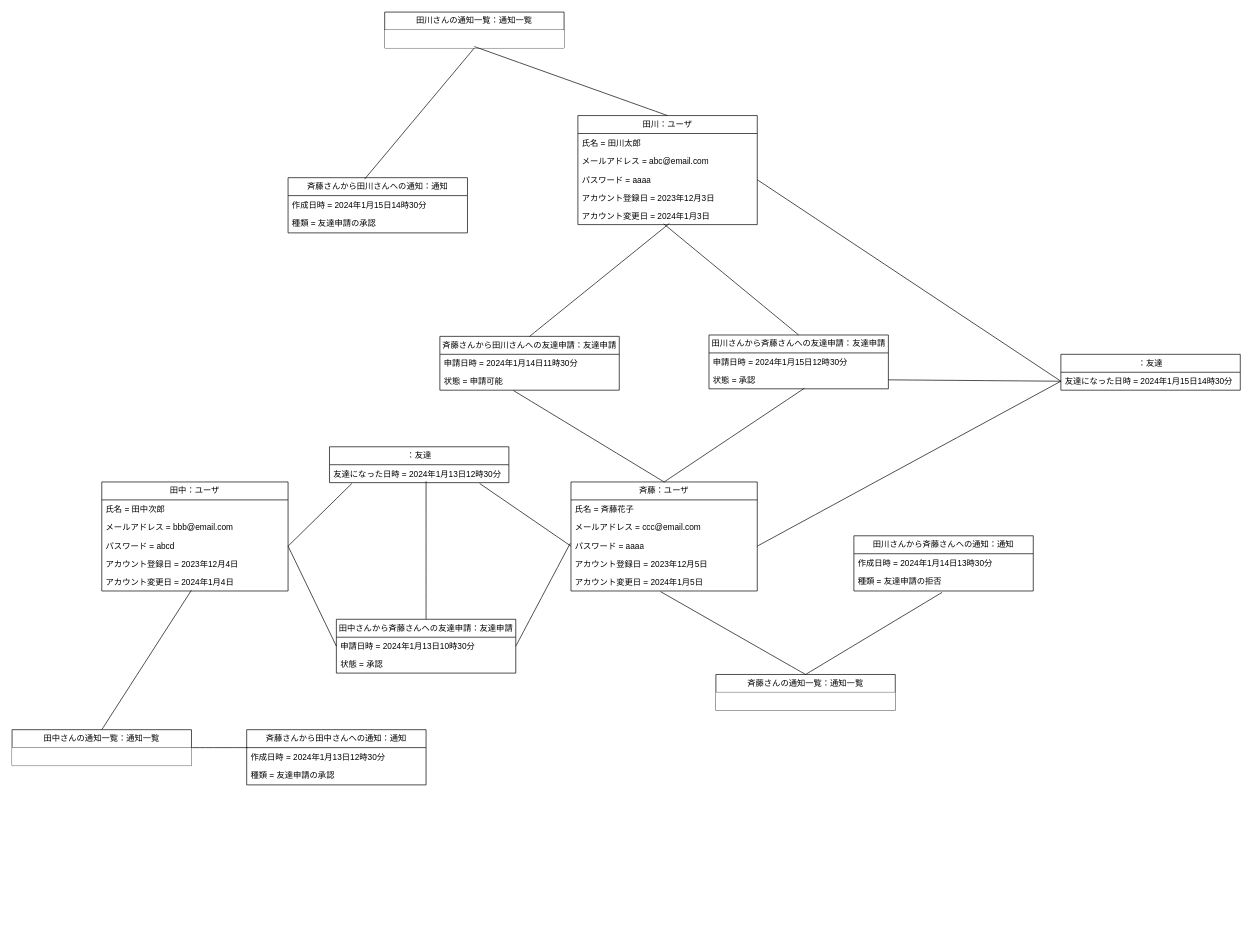
Before: 概念モデル/08_友達申請の承認をする/友達申請の承認をする.drawio in tawainfer/scorpio, a draw.io diagram. Source tidied: cells renumbered, new cells numbered last; positions are measured from the earlier drawing's top-left corner, leaving out a move shared by most shapes. Both pictures are drawn from the tidied source at 69%, with x=0, y=0 at pixel (12, 12).
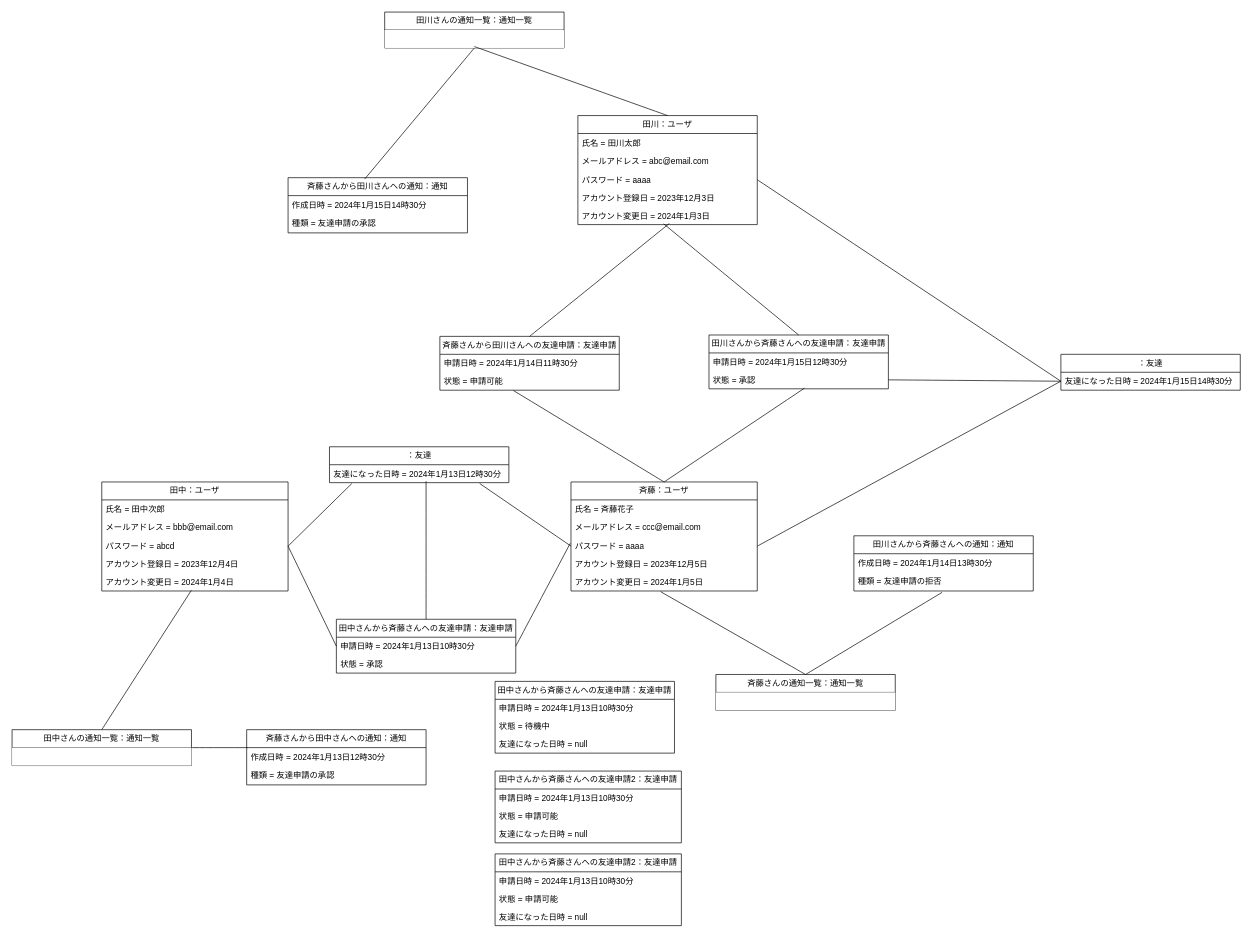
After the change.

The edit, as a diff of the source:
```diff
@@
+    <mxCell id="66" value="田中さんから斉藤さんへの友達申請：友達申請" style="swimlane;fontStyle=0;horizontal=1;startSize=26;fillColor=none;whiteSpace=wrap;html=1;" parent="1" vertex="1">
+      <mxGeometry x="700" y="970" width="260" height="104" as="geometry" />
+    </mxCell>
+    <mxCell id="67" value="申請日時 =&amp;nbsp;2024年1月13日10時30分" style="text;strokeColor=none;fillColor=none;align=left;verticalAlign=top;spacingLeft=4;spacingRight=4;overflow=hidden;whiteSpace=wrap;html=1;" parent="66" vertex="1">
+      <mxGeometry y="26" width="260" height="26" as="geometry" />
+    </mxCell>
+    <mxCell id="68" value="状態 = 待機中" style="text;strokeColor=none;fillColor=none;align=left;verticalAlign=top;spacingLeft=4;spacingRight=4;overflow=hidden;whiteSpace=wrap;html=1;" parent="66" vertex="1">
+      <mxGeometry y="52" width="260" height="26" as="geometry" />
+    </mxCell>
+    <mxCell id="69" value="友達になった日時 = null" style="text;strokeColor=none;fillColor=none;align=left;verticalAlign=top;spacingLeft=4;spacingRight=4;overflow=hidden;whiteSpace=wrap;html=1;" parent="66" vertex="1">
+      <mxGeometry y="78" width="260" height="26" as="geometry" />
+    </mxCell>
+    <mxCell id="70" value="田中さんから斉藤さんへの友達申請2：友達申請" style="swimlane;fontStyle=0;horizontal=1;startSize=26;fillColor=none;whiteSpace=wrap;html=1;" parent="1" vertex="1">
+      <mxGeometry x="700" y="1100" width="270" height="104" as="geometry" />
+    </mxCell>
+    <mxCell id="71" value="申請日時 =&amp;nbsp;2024年1月13日10時30分" style="text;strokeColor=none;fillColor=none;align=left;verticalAlign=top;spacingLeft=4;spacingRight=4;overflow=hidden;whiteSpace=wrap;html=1;" parent="70" vertex="1">
+      <mxGeometry y="26" width="270" height="26" as="geometry" />
+    </mxCell>
+    <mxCell id="72" value="状態 = 申請可能" style="text;strokeColor=none;fillColor=none;align=left;verticalAlign=top;spacingLeft=4;spacingRight=4;overflow=hidden;whiteSpace=wrap;html=1;" parent="70" vertex="1">
+      <mxGeometry y="52" width="270" height="26" as="geometry" />
+    </mxCell>
+    <mxCell id="73" value="友達になった日時 = null" style="text;strokeColor=none;fillColor=none;align=left;verticalAlign=top;spacingLeft=4;spacingRight=4;overflow=hidden;whiteSpace=wrap;html=1;" parent="70" vertex="1">
+      <mxGeometry y="78" width="270" height="26" as="geometry" />
+    </mxCell>
+    <mxCell id="74" value="田中さんから斉藤さんへの友達申請2：友達申請" style="swimlane;fontStyle=0;horizontal=1;startSize=26;fillColor=none;whiteSpace=wrap;html=1;" parent="1" vertex="1">
+      <mxGeometry x="700" y="1220" width="270" height="104" as="geometry" />
+    </mxCell>
+    <mxCell id="75" value="申請日時 =&amp;nbsp;2024年1月13日10時30分" style="text;strokeColor=none;fillColor=none;align=left;verticalAlign=top;spacingLeft=4;spacingRight=4;overflow=hidden;whiteSpace=wrap;html=1;" parent="74" vertex="1">
+      <mxGeometry y="26" width="270" height="26" as="geometry" />
+    </mxCell>
+    <mxCell id="76" value="状態 = 申請可能" style="text;strokeColor=none;fillColor=none;align=left;verticalAlign=top;spacingLeft=4;spacingRight=4;overflow=hidden;whiteSpace=wrap;html=1;" parent="74" vertex="1">
+      <mxGeometry y="52" width="270" height="26" as="geometry" />
+    </mxCell>
+    <mxCell id="77" value="友達になった日時 = null" style="text;strokeColor=none;fillColor=none;align=left;verticalAlign=top;spacingLeft=4;spacingRight=4;overflow=hidden;whiteSpace=wrap;html=1;" parent="74" vertex="1">
+      <mxGeometry y="78" width="270" height="26" as="geometry" />
+    </mxCell>
```
